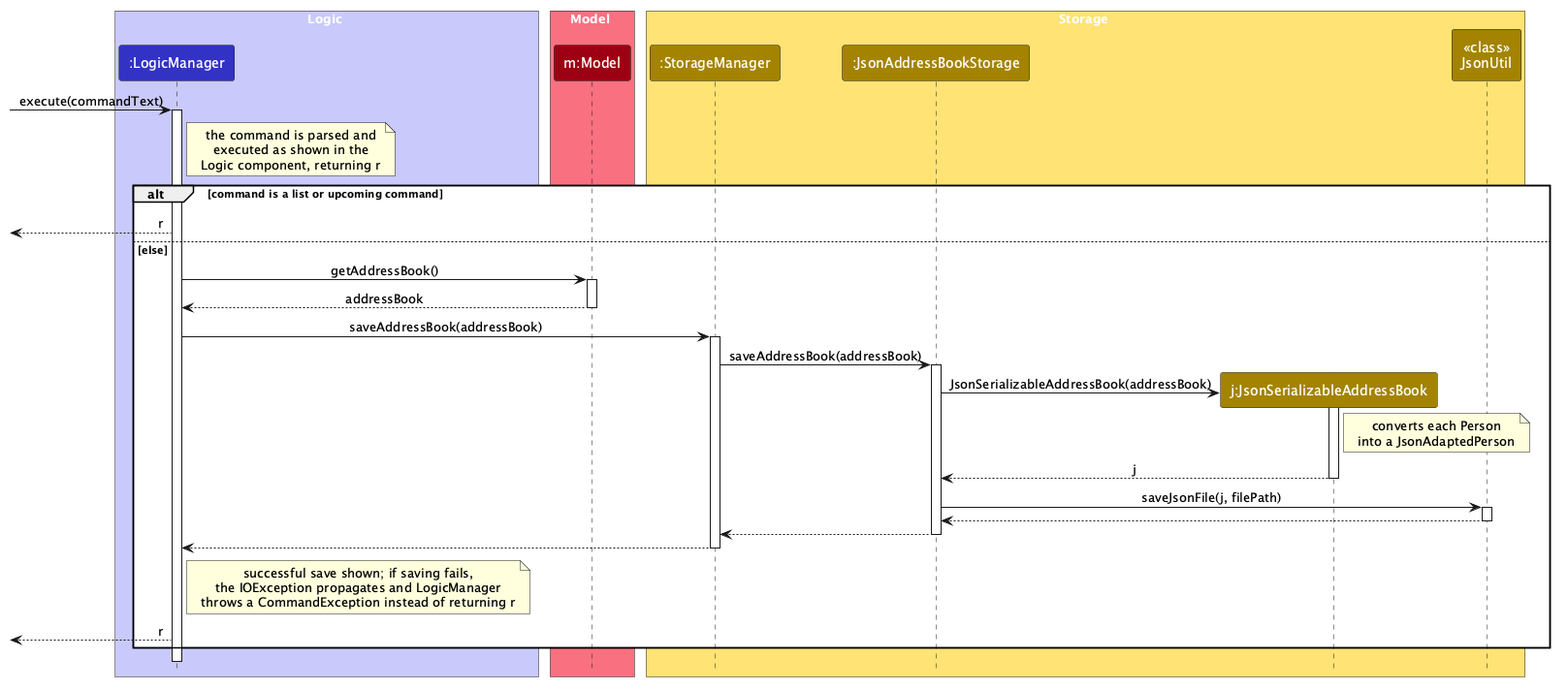
24JonW/tp keeps this PlantUML diagram as docs/images/PersistenceSequenceDiagram.png. Above is the earlier version.
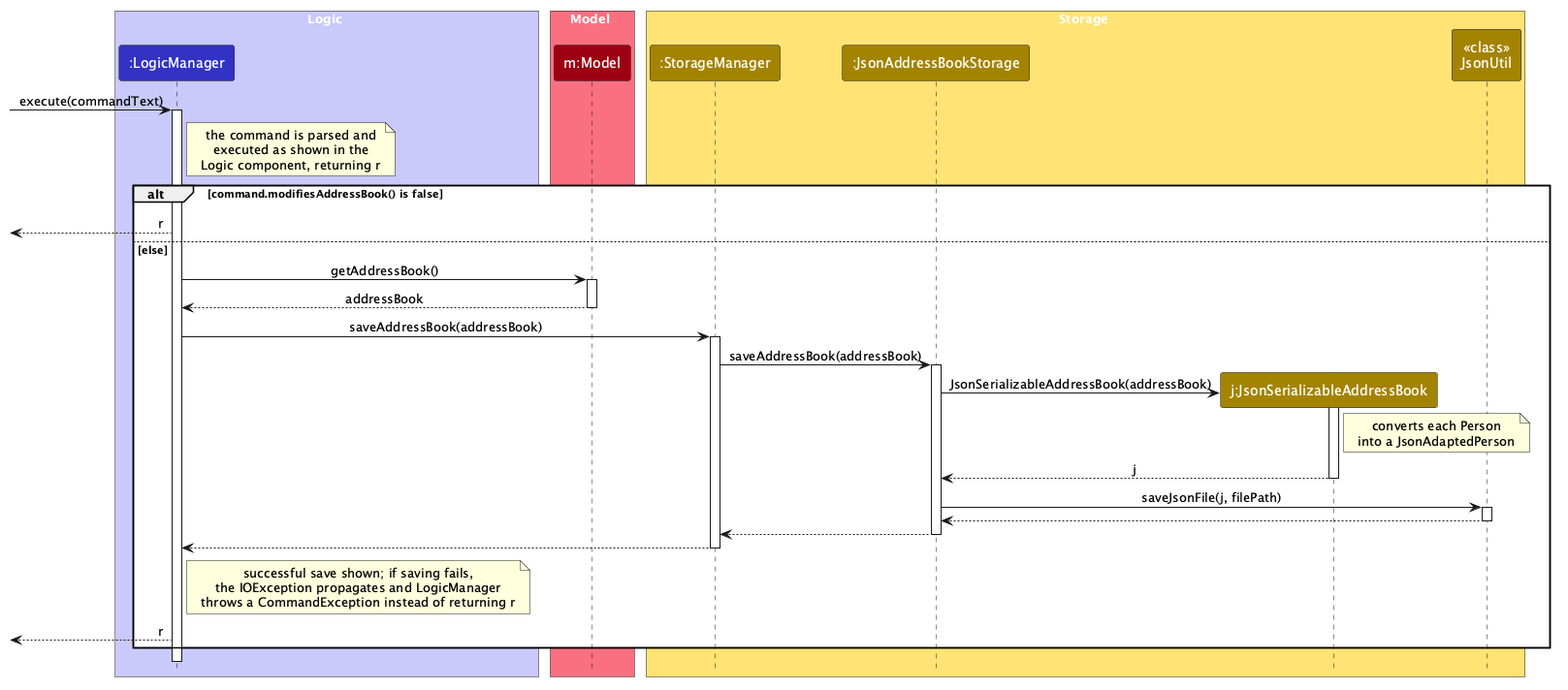
After the change.

Diff of the diagram source:
```diff
@@ -22,7 +22,7 @@
 
 note right of LogicManager : the command is parsed and\nexecuted as shown in the\nLogic component, returning r
 
-alt command is a list or upcoming command
+alt command.modifiesAddressBook() is false
     [<-- LogicManager : r
 else else
     LogicManager -> Model : getAddressBook()
```
